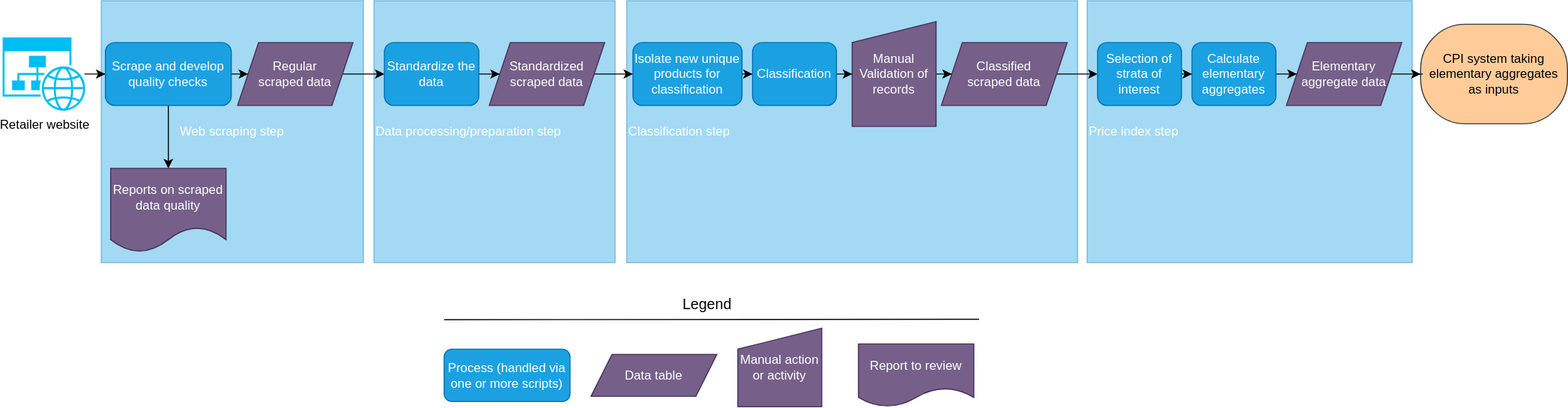
Earlier version of the draw.io export docs/images/ads-process-overview-high-level-overview.drawio.svg (ESCAP-SD/ESCAP_RAP_class). Source tidied: cells renumbered, new cells last; positions are measured from the earlier drawing's top-left corner, leaving out a move shared by most shapes.
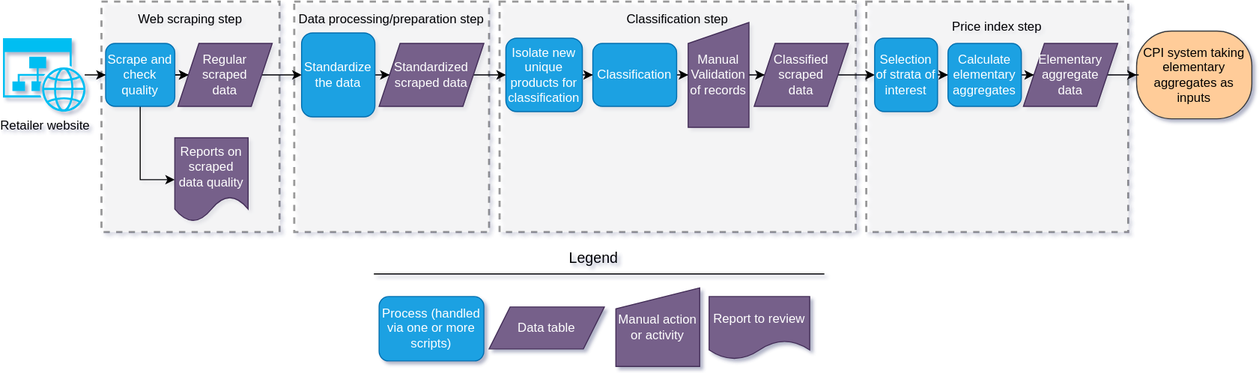
Later version of the same file.

Commit message:
Updated overview diagram, added clarifications to process_mapping text

Change to the diagram source:
```diff
@@ -2,17 +2,17 @@
   <root>
     <mxCell id="0" />
     <mxCell id="1" parent="0" />
-    <mxCell id="2" value="Price index step" style="rounded=0;whiteSpace=wrap;html=1;fillColor=#1ba1e2;fontColor=#ffffff;strokeColor=#006EAF;opacity=40;align=left;" parent="1" vertex="1">
-      <mxGeometry x="1034" width="310" height="250" as="geometry" />
+    <mxCell id="2" value="Price index step&lt;br&gt;&lt;br&gt;&lt;br&gt;&lt;br&gt;&lt;br&gt;&lt;br&gt;&lt;br&gt;&lt;br&gt;&lt;br&gt;&lt;br&gt;&lt;br&gt;&lt;br&gt;&lt;div&gt;&lt;br&gt;&lt;/div&gt;" style="rounded=0;whiteSpace=wrap;html=1;opacity=40;align=center;strokeWidth=2;dashed=1;" parent="1" vertex="1">
+      <mxGeometry x="824" width="250" height="220" as="geometry" />
     </mxCell>
-    <mxCell id="3" value="Data processing/preparation step" style="rounded=0;whiteSpace=wrap;html=1;fillColor=#1ba1e2;fontColor=#ffffff;strokeColor=#006EAF;opacity=40;align=left;" parent="1" vertex="1">
-      <mxGeometry x="354" width="230" height="250" as="geometry" />
+    <mxCell id="3" value="Data processing/preparation step&lt;br&gt;&lt;br&gt;&lt;br&gt;&lt;br&gt;&lt;br&gt;&lt;br&gt;&lt;br&gt;&lt;br&gt;&lt;br&gt;&lt;br&gt;&lt;br&gt;&lt;br&gt;&lt;br&gt;&lt;div&gt;&lt;br&gt;&lt;/div&gt;" style="rounded=0;whiteSpace=wrap;html=1;opacity=40;align=center;dashed=1;strokeWidth=2;" parent="1" vertex="1">
+      <mxGeometry x="278" width="186" height="220" as="geometry" />
     </mxCell>
-    <mxCell id="4" value="Classification step" style="rounded=0;whiteSpace=wrap;html=1;fillColor=#1ba1e2;fontColor=#ffffff;strokeColor=#006EAF;opacity=40;align=left;" parent="1" vertex="1">
-      <mxGeometry x="595" width="430" height="250" as="geometry" />
+    <mxCell id="4" value="Classification step&lt;br&gt;&lt;br&gt;&lt;br&gt;&lt;br&gt;&lt;br&gt;&lt;br&gt;&lt;br&gt;&lt;br&gt;&lt;br&gt;&lt;br&gt;&lt;br&gt;&lt;br&gt;&lt;br&gt;&lt;div&gt;&lt;br&gt;&lt;/div&gt;" style="rounded=0;whiteSpace=wrap;html=1;opacity=40;align=center;dashed=1;strokeWidth=2;" parent="1" vertex="1">
+      <mxGeometry x="474" width="340" height="220" as="geometry" />
     </mxCell>
-    <mxCell id="5" value="Web scraping step" style="rounded=0;whiteSpace=wrap;html=1;fillColor=#1ba1e2;fontColor=#ffffff;strokeColor=#006EAF;opacity=40;align=center;" parent="1" vertex="1">
-      <mxGeometry x="94" width="250" height="250" as="geometry" />
+    <mxCell id="5" value="Web scraping step&lt;br&gt;&lt;br&gt;&lt;br&gt;&lt;br&gt;&lt;br&gt;&lt;br&gt;&lt;br&gt;&lt;br&gt;&lt;br&gt;&lt;br&gt;&lt;br&gt;&lt;br&gt;&lt;br&gt;&lt;div&gt;&lt;br&gt;&lt;/div&gt;" style="rounded=0;whiteSpace=wrap;html=1;opacity=40;align=center;dashed=1;strokeWidth=2;" parent="1" vertex="1">
+      <mxGeometry x="94" width="170" height="220" as="geometry" />
     </mxCell>
     <mxCell id="6" style="edgeStyle=orthogonalEdgeStyle;rounded=0;jettySize=auto;html=1;" parent="1" edge="1" source="7" target="10">
       <mxGeometry relative="1" as="geometry" />
@@ -20,100 +20,103 @@
     <mxCell id="7" value="Retailer website" style="verticalLabelPosition=bottom;html=1;verticalAlign=top;align=center;strokeColor=none;fillColor=#00BEF2;shape=mxgraph.azure.website_generic;" parent="1" vertex="1">
       <mxGeometry y="35" width="80" height="70" as="geometry" />
     </mxCell>
-    <mxCell id="8" style="edgeStyle=orthogonalEdgeStyle;rounded=0;jettySize=auto;html=1;entryX=0.5;entryY=0;entryDx=0;entryDy=0;" parent="1" edge="1" source="10" target="11">
+    <mxCell id="8" style="edgeStyle=orthogonalEdgeStyle;rounded=0;jettySize=auto;html=1;entryX=0;entryY=0.5;entryDx=0;entryDy=0;" parent="1" edge="1" source="10" target="11">
       <mxGeometry relative="1" as="geometry" />
     </mxCell>
     <mxCell id="9" style="edgeStyle=orthogonalEdgeStyle;rounded=0;jettySize=auto;html=1;entryX=0;entryY=0.5;entryDx=0;entryDy=0;" parent="1" edge="1" source="10" target="32">
       <mxGeometry relative="1" as="geometry" />
     </mxCell>
+    <mxCell id="39" style="edgeStyle=orthogonalEdgeStyle;rounded=0;jettySize=auto;html=1;" parent="1" edge="1" source="10" target="32">
+      <mxGeometry relative="1" as="geometry" />
+    </mxCell>
-    <mxCell id="10" value="Scrape and develop quality checks" style="rounded=1;whiteSpace=wrap;html=1;fillColor=#1ba1e2;fontColor=#ffffff;strokeColor=#006EAF;" parent="1" vertex="1">
-      <mxGeometry x="98" y="40" width="120" height="60" as="geometry" />
+    <mxCell id="10" value="Scrape and check quality" style="rounded=1;whiteSpace=wrap;html=1;fillColor=#1ba1e2;fontColor=#ffffff;strokeColor=#006EAF;" parent="1" vertex="1">
+      <mxGeometry x="98" y="40" width="66" height="60" as="geometry" />
     </mxCell>
     <mxCell id="11" value="Reports on scraped data quality" style="shape=document;whiteSpace=wrap;html=1;boundedLbl=1;fillColor=#76608a;fontColor=#ffffff;strokeColor=#432D57;" parent="1" vertex="1">
-      <mxGeometry x="103" y="160" width="110" height="80" as="geometry" />
+      <mxGeometry x="164" y="130" width="70" height="80" as="geometry" />
     </mxCell>
     <mxCell id="12" style="edgeStyle=orthogonalEdgeStyle;rounded=0;jettySize=auto;html=1;entryX=0;entryY=0.5;entryDx=0;entryDy=0;" parent="1" edge="1" source="13" target="28">
       <mxGeometry relative="1" as="geometry" />
     </mxCell>
     <mxCell id="13" value="Standardize the data" style="rounded=1;whiteSpace=wrap;html=1;fillColor=#1ba1e2;fontColor=#ffffff;strokeColor=#006EAF;" parent="1" vertex="1">
-      <mxGeometry x="364" y="40" width="90" height="60" as="geometry" />
+      <mxGeometry x="285" y="30" width="70" height="80" as="geometry" />
     </mxCell>
     <mxCell id="14" style="edgeStyle=orthogonalEdgeStyle;rounded=0;jettySize=auto;html=1;entryX=0;entryY=0.5;entryDx=0;entryDy=0;" parent="1" edge="1" source="15" target="17">
       <mxGeometry relative="1" as="geometry" />
     </mxCell>
     <mxCell id="15" value="Isolate new unique products for classification" style="rounded=1;whiteSpace=wrap;html=1;fillColor=#1ba1e2;fontColor=#ffffff;strokeColor=#006EAF;" parent="1" vertex="1">
-      <mxGeometry x="601" y="40" width="104" height="60" as="geometry" />
+      <mxGeometry x="480" y="35" width="73" height="70" as="geometry" />
     </mxCell>
     <mxCell id="16" style="edgeStyle=orthogonalEdgeStyle;rounded=0;jettySize=auto;html=1;entryX=0;entryY=0.5;entryDx=0;entryDy=0;" parent="1" edge="1" source="17" target="19">
       <mxGeometry relative="1" as="geometry" />
     </mxCell>
     <mxCell id="17" value="Classification" style="rounded=1;whiteSpace=wrap;html=1;fillColor=#1ba1e2;fontColor=#ffffff;strokeColor=#006EAF;" parent="1" vertex="1">
-      <mxGeometry x="715" y="40" width="80" height="60" as="geometry" />
+      <mxGeometry x="563" y="40" width="80" height="60" as="geometry" />
     </mxCell>
     <mxCell id="18" style="edgeStyle=orthogonalEdgeStyle;rounded=0;jettySize=auto;html=1;entryX=0;entryY=0.5;entryDx=0;entryDy=0;" parent="1" edge="1" source="19" target="30">
       <mxGeometry relative="1" as="geometry" />
     </mxCell>
     <mxCell id="19" value="Manual Validation of records" style="shape=manualInput;whiteSpace=wrap;html=1;size=20;fillColor=#76608a;fontColor=#ffffff;strokeColor=#432D57;" parent="1" vertex="1">
-      <mxGeometry x="810" y="20" width="80" height="100" as="geometry" />
+      <mxGeometry x="654" y="20" width="58" height="100" as="geometry" />
     </mxCell>
     <mxCell id="20" style="edgeStyle=orthogonalEdgeStyle;rounded=0;jettySize=auto;html=1;entryX=0;entryY=0.5;entryDx=0;entryDy=0;" parent="1" edge="1" source="21" target="23">
       <mxGeometry relative="1" as="geometry" />
     </mxCell>
     <mxCell id="21" value="Selection of strata of interest" style="rounded=1;whiteSpace=wrap;html=1;fillColor=#1ba1e2;fontColor=#ffffff;strokeColor=#006EAF;" parent="1" vertex="1">
-      <mxGeometry x="1044" y="40" width="80" height="60" as="geometry" />
+      <mxGeometry x="832" y="35" width="60" height="70" as="geometry" />
     </mxCell>
     <mxCell id="22" style="edgeStyle=orthogonalEdgeStyle;rounded=0;jettySize=auto;html=1;" parent="1" edge="1" source="23" target="26">
       <mxGeometry relative="1" as="geometry" />
     </mxCell>
     <mxCell id="23" value="Calculate elementary aggregates" style="rounded=1;whiteSpace=wrap;html=1;fillColor=#1ba1e2;fontColor=#ffffff;strokeColor=#006EAF;" parent="1" vertex="1">
-      <mxGeometry x="1134" y="40" width="80" height="60" as="geometry" />
+      <mxGeometry x="902" y="40" width="70" height="60" as="geometry" />
     </mxCell>
-    <mxCell id="24" value="CPI system taking elementary aggregates as inputs" style="rounded=1;whiteSpace=wrap;html=1;arcSize=45;fillColor=#ffcc99;strokeColor=#36393d;fontColor=#000000;" parent="1" vertex="1">
-      <mxGeometry x="1352" y="22.5" width="140" height="95" as="geometry" />
+    <mxCell id="24" value="CPI system taking elementary aggregates as inputs" style="rounded=1;whiteSpace=wrap;html=1;arcSize=40;fillColor=#ffcc99;strokeColor=#36393d;fontColor=#000000;" parent="1" vertex="1">
+      <mxGeometry x="1082" y="28.1" width="110" height="83.8" as="geometry" />
     </mxCell>
     <mxCell id="25" style="edgeStyle=orthogonalEdgeStyle;rounded=0;jettySize=auto;html=1;entryX=0;entryY=0.5;entryDx=0;entryDy=0;" parent="1" edge="1" source="26" target="24">
       <mxGeometry relative="1" as="geometry" />
     </mxCell>
-    <mxCell id="26" value="Elementary aggregate data" style="shape=parallelogram;perimeter=parallelogramPerimeter;whiteSpace=wrap;html=1;fixedSize=1;fillColor=#76608a;fontColor=#ffffff;strokeColor=#432D57;" parent="1" vertex="1">
-      <mxGeometry x="1224" y="40" width="110" height="60" as="geometry" />
+    <mxCell id="26" value="Elementary aggregate &lt;br&gt;data" style="shape=parallelogram;perimeter=parallelogramPerimeter;whiteSpace=wrap;html=1;fixedSize=1;fillColor=#76608a;fontColor=#ffffff;strokeColor=#432D57;" parent="1" vertex="1">
+      <mxGeometry x="974" y="40" width="90" height="60" as="geometry" />
     </mxCell>
     <mxCell id="27" style="edgeStyle=orthogonalEdgeStyle;rounded=0;jettySize=auto;html=1;entryX=0;entryY=0.5;entryDx=0;entryDy=0;" parent="1" edge="1" source="28" target="15">
       <mxGeometry relative="1" as="geometry" />
     </mxCell>
     <mxCell id="28" value="Standardized &lt;br&gt;scraped data" style="shape=parallelogram;perimeter=parallelogramPerimeter;whiteSpace=wrap;html=1;fixedSize=1;fillColor=#76608a;fontColor=#ffffff;strokeColor=#432D57;" parent="1" vertex="1">
-      <mxGeometry x="464" y="40" width="110" height="60" as="geometry" />
+      <mxGeometry x="359" y="40" width="100" height="60" as="geometry" />
     </mxCell>
     <mxCell id="29" style="edgeStyle=orthogonalEdgeStyle;rounded=0;jettySize=auto;html=1;entryX=0;entryY=0.5;entryDx=0;entryDy=0;" parent="1" edge="1" source="30" target="21">
       <mxGeometry relative="1" as="geometry" />
     </mxCell>
-    <mxCell id="30" value="Classified &lt;br&gt;scraped data" style="shape=parallelogram;perimeter=parallelogramPerimeter;whiteSpace=wrap;html=1;fixedSize=1;fillColor=#76608a;fontColor=#ffffff;strokeColor=#432D57;" parent="1" vertex="1">
-      <mxGeometry x="895" y="40" width="120" height="60" as="geometry" />
+    <mxCell id="30" value="Classified &lt;br&gt;scraped &lt;br&gt;data" style="shape=parallelogram;perimeter=parallelogramPerimeter;whiteSpace=wrap;html=1;fixedSize=1;fillColor=#76608a;fontColor=#ffffff;strokeColor=#432D57;" parent="1" vertex="1">
+      <mxGeometry x="717" y="40" width="90" height="60" as="geometry" />
     </mxCell>
     <mxCell id="31" style="edgeStyle=orthogonalEdgeStyle;rounded=0;jettySize=auto;html=1;entryX=0;entryY=0.5;entryDx=0;entryDy=0;" parent="1" edge="1" source="32" target="13">
       <mxGeometry relative="1" as="geometry" />
     </mxCell>
-    <mxCell id="32" value="Regular &lt;br&gt;scraped data" style="shape=parallelogram;perimeter=parallelogramPerimeter;whiteSpace=wrap;html=1;fixedSize=1;fillColor=#76608a;fontColor=#ffffff;strokeColor=#432D57;" parent="1" vertex="1">
-      <mxGeometry x="224" y="40" width="110" height="60" as="geometry" />
+    <mxCell id="32" value="Regular &lt;br&gt;scraped &lt;br&gt;data" style="shape=parallelogram;perimeter=parallelogramPerimeter;whiteSpace=wrap;html=1;fixedSize=1;fillColor=#76608a;fontColor=#ffffff;strokeColor=#432D57;" parent="1" vertex="1">
+      <mxGeometry x="167" y="40" width="90" height="60" as="geometry" />
     </mxCell>
     <mxCell id="33" value="Data table" style="shape=parallelogram;perimeter=parallelogramPerimeter;whiteSpace=wrap;html=1;fixedSize=1;fillColor=#76608a;fontColor=#ffffff;strokeColor=#432D57;" parent="1" vertex="1">
-      <mxGeometry x="561" y="337.5" width="120" height="40" as="geometry" />
+      <mxGeometry x="464" y="291.5" width="110" height="40" as="geometry" />
     </mxCell>
     <mxCell id="34" value="Manual action or activity" style="shape=manualInput;whiteSpace=wrap;html=1;size=20;fillColor=#76608a;fontColor=#ffffff;strokeColor=#432D57;" parent="1" vertex="1">
-      <mxGeometry x="701" y="312.5" width="80" height="75" as="geometry" />
+      <mxGeometry x="585" y="273.2" width="80" height="75" as="geometry" />
     </mxCell>
     <mxCell id="35" value="Report to review" style="shape=document;whiteSpace=wrap;html=1;boundedLbl=1;fillColor=#76608a;fontColor=#ffffff;strokeColor=#432D57;" parent="1" vertex="1">
-      <mxGeometry x="816" y="327.5" width="110" height="60" as="geometry" />
+      <mxGeometry x="674" y="281.5" width="96" height="60" as="geometry" />
     </mxCell>
     <mxCell id="36" value="Process (handled via one or more scripts)" style="rounded=1;whiteSpace=wrap;html=1;fillColor=#1ba1e2;fontColor=#ffffff;strokeColor=#006EAF;" parent="1" vertex="1">
-      <mxGeometry x="421" y="332.5" width="120" height="50" as="geometry" />
+      <mxGeometry x="359" y="281.5" width="100" height="61.5" as="geometry" />
     </mxCell>
     <mxCell id="37" value="&lt;font style=&quot;font-size: 14px;&quot;&gt;Legend&lt;/font&gt;" style="text;html=1;align=center;verticalAlign=middle;whiteSpace=wrap;rounded=0;" parent="1" vertex="1">
-      <mxGeometry x="642" y="275" width="60" height="30" as="geometry" />
+      <mxGeometry x="534" y="230" width="60" height="30" as="geometry" />
     </mxCell>
     <mxCell id="38" style="endArrow=none;html=1;rounded=0;" parent="1" edge="1">
       <mxGeometry relative="1" as="geometry">
-        <mxPoint x="421" y="304.3" as="sourcePoint" />
-        <mxPoint x="931" y="304" as="targetPoint" />
+        <mxPoint x="354" y="260" as="sourcePoint" />
+        <mxPoint x="784" y="260" as="targetPoint" />
       </mxGeometry>
     </mxCell>
   </root>
```
